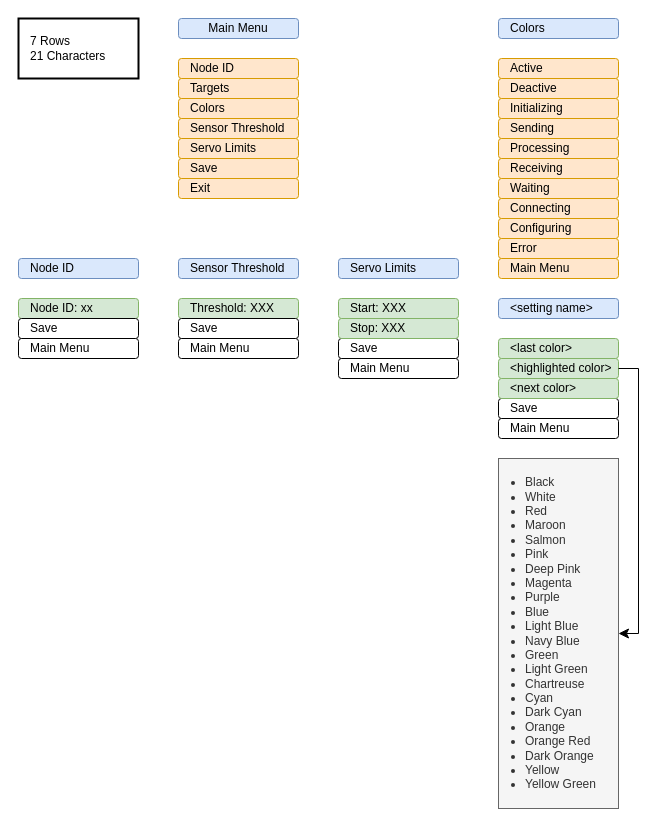
This is page "Menus" (5 of 7) of Design/aquarius-sw-design.drawio from cyberreefguru/Aquarius, a draw.io file, before an edit. Source tidied: cells renumbered, new cells numbered last; positions are measured from the earlier drawing's top-left corner, leaving out a move shared by most shapes. Both pictures are drawn from the tidied source at 100%, with x=0, y=0 at pixel (18, 18).
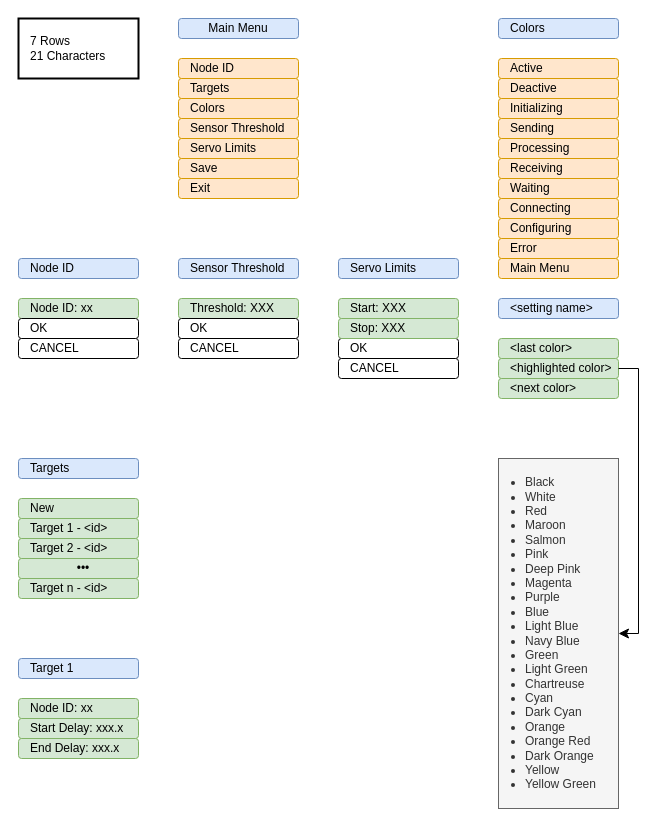
After the change.

Change to the diagram source:
```diff
@@
-    <mxCell id="8" value="Main Menu" style="rounded=1;whiteSpace=wrap;html=1;align=left;spacingLeft=10;" parent="1" vertex="1">
+    <mxCell id="8" value="CANCEL" style="rounded=1;whiteSpace=wrap;html=1;align=left;spacingLeft=10;" parent="1" vertex="1">
       <mxGeometry y="320" width="120" height="20" as="geometry" />
     </mxCell>
-    <mxCell id="9" value="Save" style="rounded=1;whiteSpace=wrap;html=1;align=left;spacingLeft=10;" parent="1" vertex="1">
+    <mxCell id="9" value="OK" style="rounded=1;whiteSpace=wrap;html=1;align=left;spacingLeft=10;" parent="1" vertex="1">
       <mxGeometry y="300" width="120" height="20" as="geometry" />
     </mxCell>
@@
-    <mxCell id="29" value="Main Menu" style="rounded=1;whiteSpace=wrap;html=1;align=left;spacingLeft=10;" parent="1" vertex="1">
+    <mxCell id="29" value="CANCEL" style="rounded=1;whiteSpace=wrap;html=1;align=left;spacingLeft=10;" parent="1" vertex="1">
       <mxGeometry x="160" y="320" width="120" height="20" as="geometry" />
     </mxCell>
-    <mxCell id="30" value="Save" style="rounded=1;whiteSpace=wrap;html=1;align=left;spacingLeft=10;" parent="1" vertex="1">
+    <mxCell id="30" value="OK" style="rounded=1;whiteSpace=wrap;html=1;align=left;spacingLeft=10;" parent="1" vertex="1">
       <mxGeometry x="160" y="300" width="120" height="20" as="geometry" />
     </mxCell>
@@
-    <mxCell id="33" value="Main Menu" style="rounded=1;whiteSpace=wrap;html=1;align=left;spacingLeft=10;" parent="1" vertex="1">
+    <mxCell id="33" value="CANCEL" style="rounded=1;whiteSpace=wrap;html=1;align=left;spacingLeft=10;" parent="1" vertex="1">
       <mxGeometry x="320" y="340" width="120" height="20" as="geometry" />
     </mxCell>
-    <mxCell id="34" value="Save" style="rounded=1;whiteSpace=wrap;html=1;align=left;spacingLeft=10;" parent="1" vertex="1">
+    <mxCell id="34" value="OK" style="rounded=1;whiteSpace=wrap;html=1;align=left;spacingLeft=10;" parent="1" vertex="1">
       <mxGeometry x="320" y="320" width="120" height="20" as="geometry" />
     </mxCell>
@@
-    <mxCell id="38" value="Main Menu" style="rounded=1;whiteSpace=wrap;html=1;align=left;spacingLeft=10;" parent="1" vertex="1">
-      <mxGeometry x="480" y="400" width="120" height="20" as="geometry" />
-    </mxCell>
-    <mxCell id="39" value="Save" style="rounded=1;whiteSpace=wrap;html=1;align=left;spacingLeft=10;" parent="1" vertex="1">
-      <mxGeometry x="480" y="380" width="120" height="20" as="geometry" />
-    </mxCell>
@@
+    <mxCell id="44" value="Targets" style="rounded=1;whiteSpace=wrap;html=1;align=left;spacingLeft=10;fillColor=#dae8fc;strokeColor=#6c8ebf;" parent="1" vertex="1">
+      <mxGeometry y="440" width="120" height="20" as="geometry" />
+    </mxCell>
+    <mxCell id="45" value="Target 1 - &amp;lt;id&amp;gt;" style="rounded=1;whiteSpace=wrap;html=1;align=left;spacingLeft=10;fillColor=#d5e8d4;strokeColor=#82b366;" parent="1" vertex="1">
+      <mxGeometry y="500" width="120" height="20" as="geometry" />
+    </mxCell>
+    <mxCell id="46" value="Target 2&amp;nbsp;- &amp;lt;id&amp;gt;" style="rounded=1;whiteSpace=wrap;html=1;align=left;spacingLeft=10;fillColor=#d5e8d4;strokeColor=#82b366;" parent="1" vertex="1">
+      <mxGeometry y="520" width="120" height="20" as="geometry" />
+    </mxCell>
+    <mxCell id="47" value="Target n -&amp;nbsp;&amp;lt;id&amp;gt;" style="rounded=1;whiteSpace=wrap;html=1;align=left;spacingLeft=10;fillColor=#d5e8d4;strokeColor=#82b366;" parent="1" vertex="1">
+      <mxGeometry y="560" width="120" height="20" as="geometry" />
+    </mxCell>
+    <mxCell id="48" value="Target 1" style="rounded=1;whiteSpace=wrap;html=1;align=left;spacingLeft=10;fillColor=#dae8fc;strokeColor=#6c8ebf;" parent="1" vertex="1">
+      <mxGeometry y="640" width="120" height="20" as="geometry" />
+    </mxCell>
+    <mxCell id="49" value="New" style="rounded=1;whiteSpace=wrap;html=1;align=left;spacingLeft=10;fillColor=#d5e8d4;strokeColor=#82b366;" parent="1" vertex="1">
+      <mxGeometry y="480" width="120" height="20" as="geometry" />
+    </mxCell>
+    <mxCell id="50" value="•••" style="rounded=1;whiteSpace=wrap;html=1;align=center;spacingLeft=10;fillColor=#d5e8d4;strokeColor=#82b366;" parent="1" vertex="1">
+      <mxGeometry y="540" width="120" height="20" as="geometry" />
+    </mxCell>
+    <mxCell id="51" value="Node ID: xx" style="rounded=1;whiteSpace=wrap;html=1;align=left;spacingLeft=10;fillColor=#d5e8d4;strokeColor=#82b366;" parent="1" vertex="1">
+      <mxGeometry y="680" width="120" height="20" as="geometry" />
+    </mxCell>
+    <mxCell id="52" value="Start Delay: xxx.x" style="rounded=1;whiteSpace=wrap;html=1;align=left;spacingLeft=10;fillColor=#d5e8d4;strokeColor=#82b366;" parent="1" vertex="1">
+      <mxGeometry y="700" width="120" height="20" as="geometry" />
+    </mxCell>
+    <mxCell id="53" value="End Delay: xxx.x" style="rounded=1;whiteSpace=wrap;html=1;align=left;spacingLeft=10;fillColor=#d5e8d4;strokeColor=#82b366;" parent="1" vertex="1">
+      <mxGeometry y="720" width="120" height="20" as="geometry" />
+    </mxCell>
```
